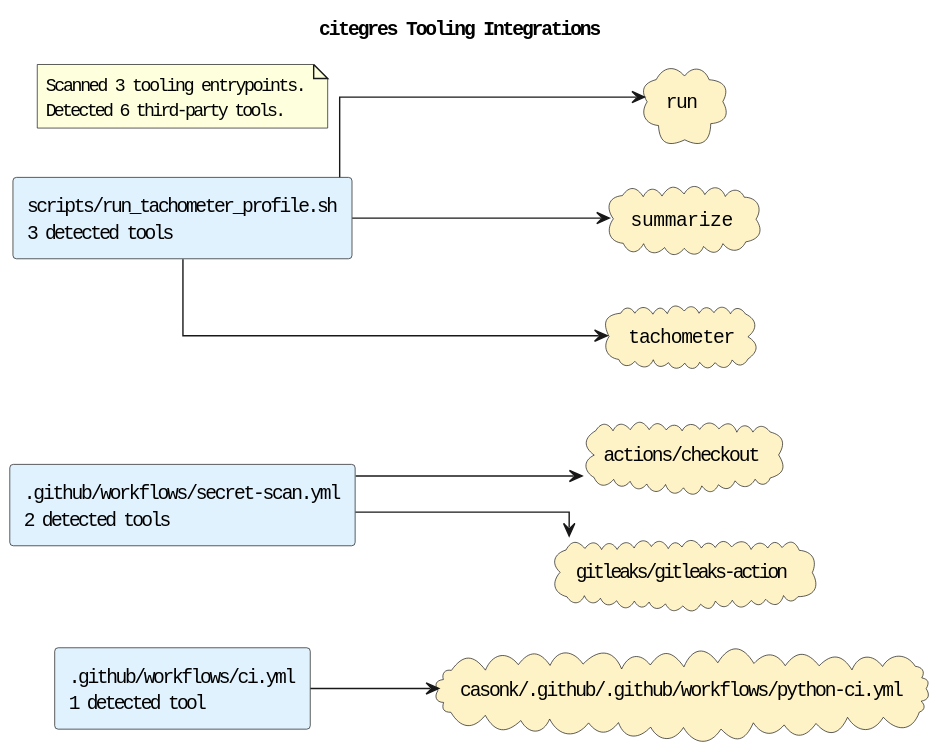
This is docs/diagrams/tooling-integrations.puml.svg from casonk/citegres, a PlantUML export, as it was before one commit.
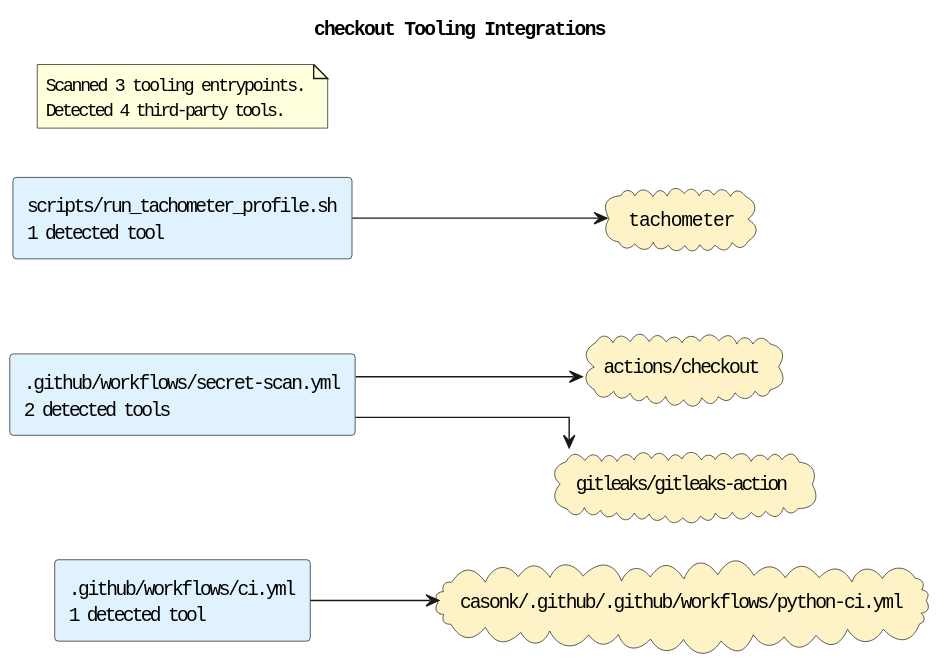
Later version of the same file.

Diff of the diagram source:
```diff
@@ -1,5 +1,5 @@
 @startuml
-title citegres Tooling Integrations
+title checkout Tooling Integrations
 left to right direction
 skinparam shadowing false
 skinparam defaultFontName Monospace
@@ -7,21 +7,17 @@
 skinparam linetype ortho
 rectangle ".github/workflows/ci.yml\n1 detected tool" as source_github_workflows_ci_yml #E0F2FE
 rectangle ".github/workflows/secret-scan.yml\n2 detected tools" as source_github_workflows_secret_scan_yml #E0F2FE
-rectangle "scripts/run_tachometer_profile.sh\n3 detected tools" as source_scripts_run_tachometer_profile_sh #E0F2FE
+rectangle "scripts/run_tachometer_profile.sh\n1 detected tool" as source_scripts_run_tachometer_profile_sh #E0F2FE
 cloud "actions/checkout" as tool_actions_checkout #FEF3C7
 cloud "casonk/.github/.github/workflows/python-ci.yml" as tool_casonk_github_github_workflows_python_ci_yml #FEF3C7
 cloud "gitleaks/gitleaks-action" as tool_gitleaks_gitleaks_action #FEF3C7
-cloud "run" as tool_run #FEF3C7
-cloud "summarize" as tool_summarize #FEF3C7
 cloud "tachometer" as tool_tachometer #FEF3C7
 source_github_workflows_ci_yml --> tool_casonk_github_github_workflows_python_ci_yml
 source_github_workflows_secret_scan_yml --> tool_actions_checkout
 source_github_workflows_secret_scan_yml --> tool_gitleaks_gitleaks_action
-source_scripts_run_tachometer_profile_sh --> tool_run
-source_scripts_run_tachometer_profile_sh --> tool_summarize
 source_scripts_run_tachometer_profile_sh --> tool_tachometer
 note as toolingGraphSummary
 Scanned 3 tooling entrypoints.
-Detected 6 third-party tools.
+Detected 4 third-party tools.
 end note
 @enduml
```
